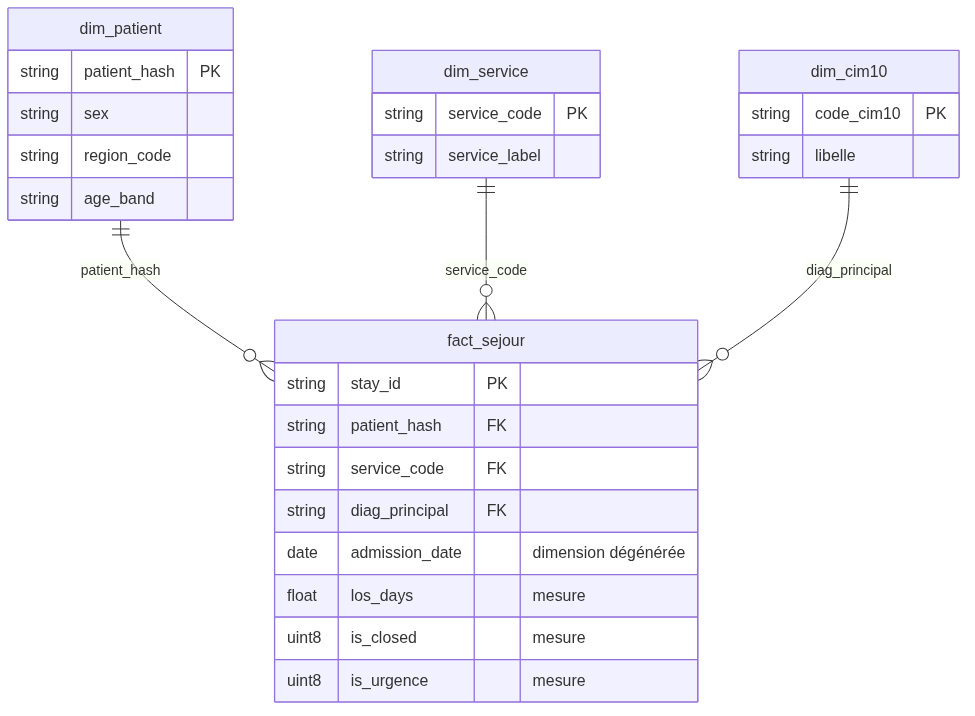
This is report/schemas/etoile.png from POWLAIR/efrei-eds-chu, a Mermaid export, as it was before one commit. Its source is kept beside it as report/schemas/etoile.mmd.
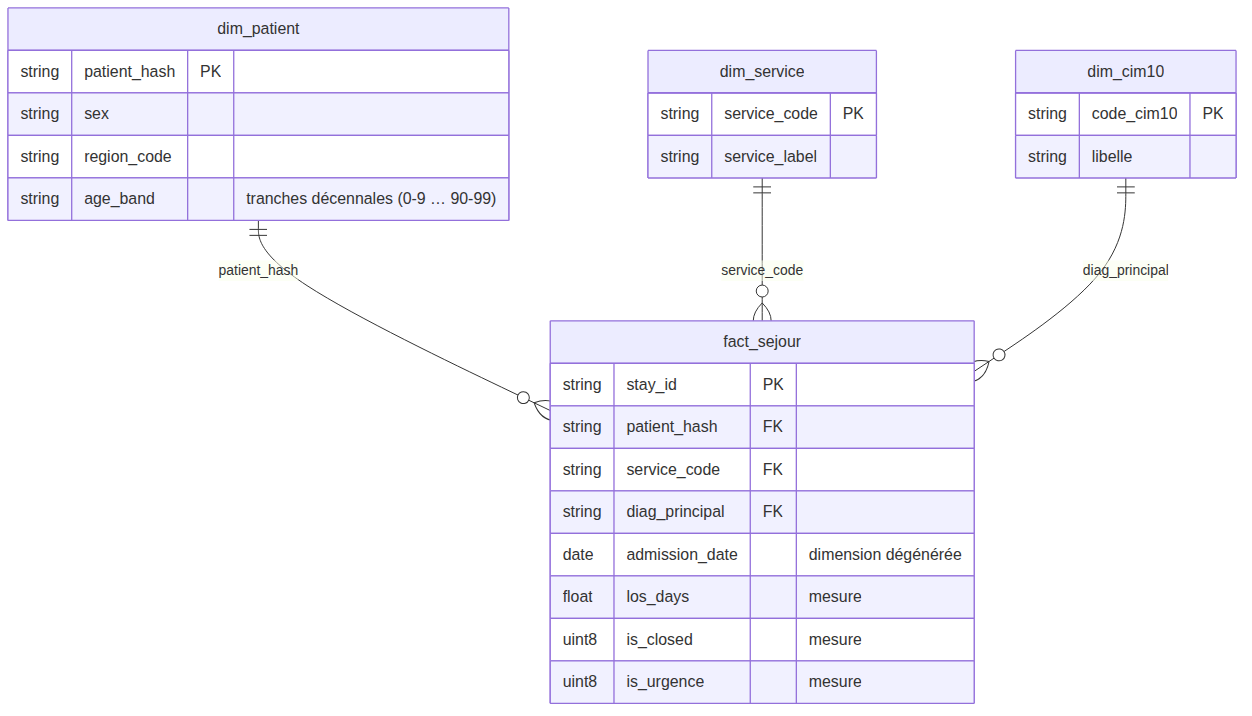
After the change.

What changed in the source:
```diff
@@ -17,7 +17,7 @@
         string patient_hash PK
         string sex
         string region_code
-        string age_band
+        string age_band "tranches décennales (0-9 … 90-99)"
     }
     dim_service {
         string service_code PK
```
